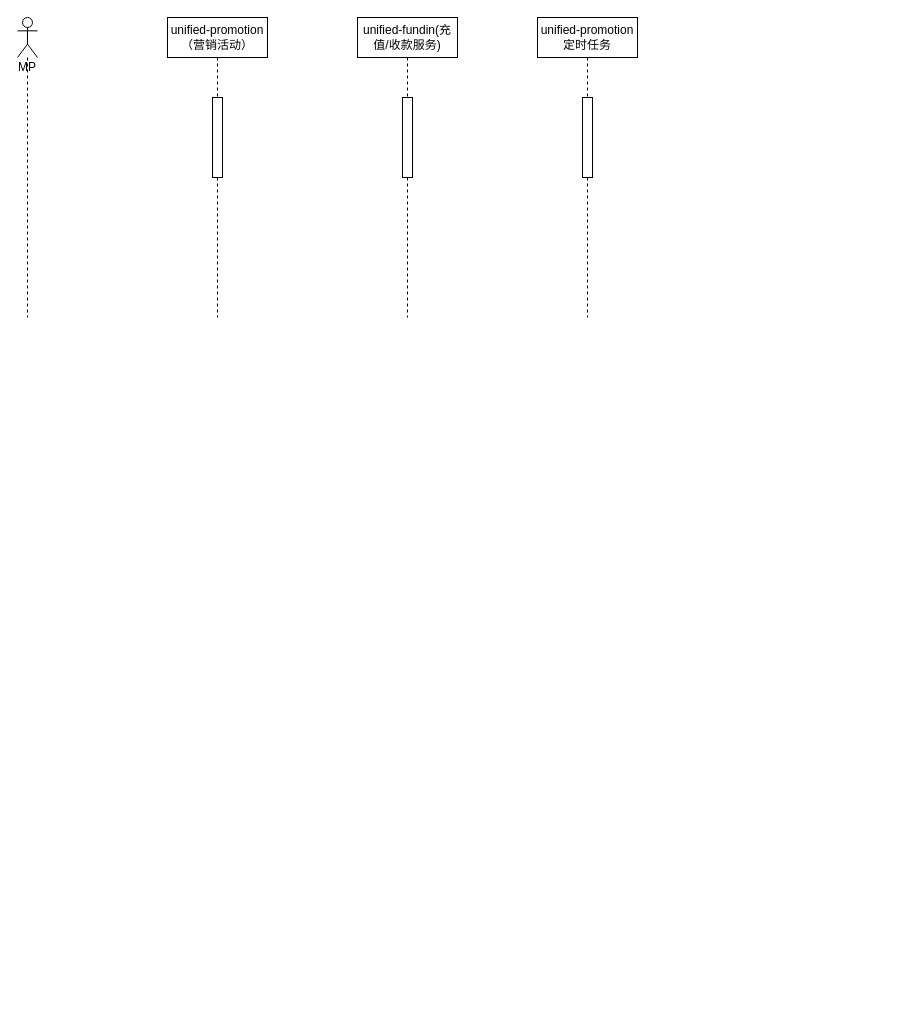
Before: 营销时序图.drawio in hack0303/draw.io-store, a draw.io diagram. Source tidied: cells renumbered, new cells numbered last; positions are measured from the earlier drawing's top-left corner, leaving out a move shared by most shapes. Both pictures are drawn from the tidied source at 100%, with x=0, y=0 at pixel (17, 17).
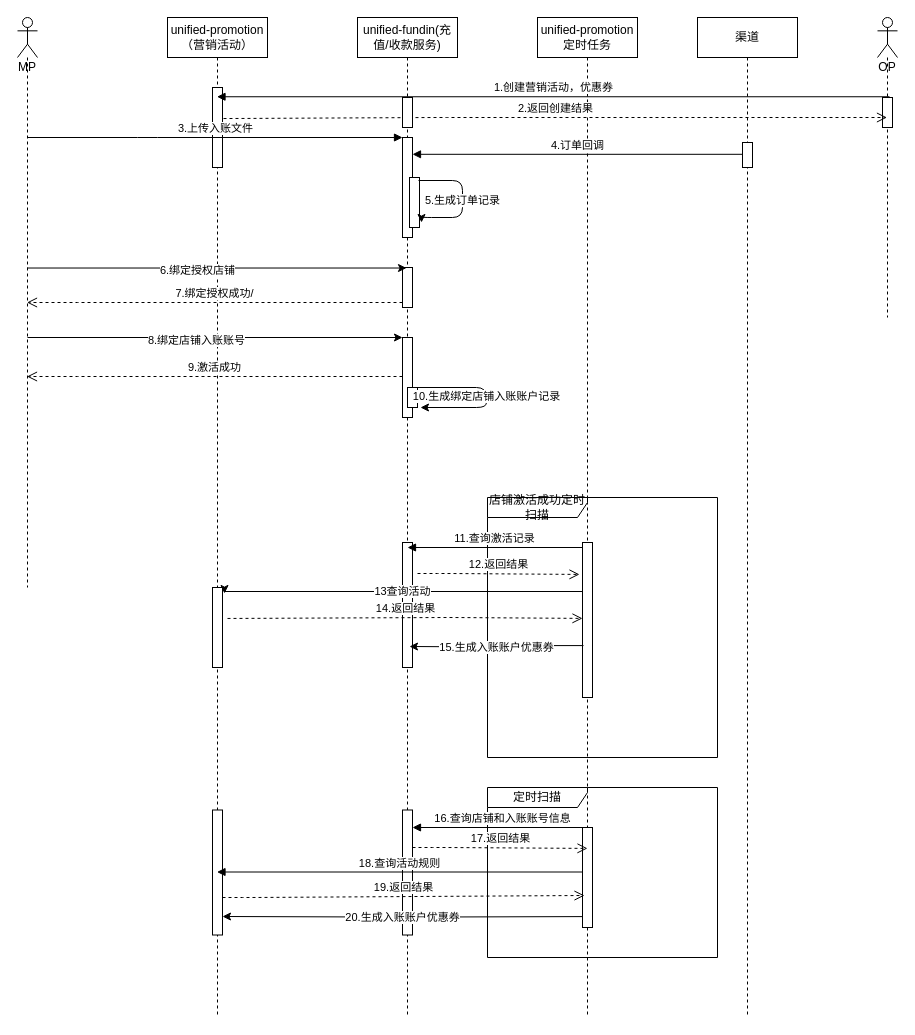
After the change.

Commit message (it also covers changes not shown here):
Update 营销时序图.drawio

The edit, as a diff of the source:
```diff
@@
     <mxCell id="2" value="MP" style="shape=umlLifeline;participant=umlActor;perimeter=lifelinePerimeter;whiteSpace=wrap;html=1;verticalAlign=top;spacingTop=36;outlineConnect=0;" parent="1" vertex="1">
-      <mxGeometry width="20" height="300" as="geometry" />
+      <mxGeometry width="20" height="570" as="geometry" />
     </mxCell>
     <mxCell id="3" value="unified-promotion（营销活动）" style="shape=umlLifeline;perimeter=lifelinePerimeter;whiteSpace=wrap;html=1;outlineConnect=0;" parent="1" vertex="1">
-      <mxGeometry x="150" width="100" height="300" as="geometry" />
+      <mxGeometry x="150" width="100" height="1000" as="geometry" />
     </mxCell>
-    <mxCell id="4" style="html=1;perimeter=orthogonalPerimeter;" parent="3" vertex="1">
-      <mxGeometry x="45" y="80" width="10" height="80" as="geometry" />
-    </mxCell>
     <mxCell id="5" value="unified-fundin(充值/收款服务)" style="shape=umlLifeline;perimeter=lifelinePerimeter;whiteSpace=wrap;html=1;" parent="1" vertex="1">
-      <mxGeometry x="340" width="100" height="300" as="geometry" />
+      <mxGeometry x="340" width="100" height="1000" as="geometry" />
     </mxCell>
     <mxCell id="6" value="unified-promotion定时任务" style="shape=umlLifeline;perimeter=lifelinePerimeter;whiteSpace=wrap;html=1;" parent="1" vertex="1">
-      <mxGeometry x="520" width="100" height="300" as="geometry" />
+      <mxGeometry x="520" width="100" height="1000" as="geometry" />
     </mxCell>
     <mxCell id="7" style="html=1;points=[];perimeter=orthogonalPerimeter;" parent="1" vertex="1">
-      <mxGeometry x="565" y="80" width="10" height="80" as="geometry" />
+      <mxGeometry x="195" y="70" width="10" height="80" as="geometry" />
     </mxCell>
     <mxCell id="8" style="html=1;perimeter=orthogonalPerimeter;" parent="1" vertex="1">
-      <mxGeometry x="385" y="80" width="10" height="80" as="geometry" />
+      <mxGeometry x="385" y="525" width="10" height="125" as="geometry" />
     </mxCell>
+    <mxCell id="9" value="OP" style="shape=umlLifeline;participant=umlActor;perimeter=lifelinePerimeter;whiteSpace=wrap;html=1;verticalAlign=top;spacingTop=36;outlineConnect=0;" parent="1" vertex="1">
+      <mxGeometry x="860" width="20" height="300" as="geometry" />
+    </mxCell>
+    <mxCell id="10" value="1.创建营销活动，优惠券" style="html=1;verticalAlign=bottom;endArrow=block;exitX=0.7;exitY=-0.025;exitDx=0;exitDy=0;exitPerimeter=0;" parent="1" edge="1" source="11" target="3">
+      <mxGeometry relative="1" as="geometry" />
+    </mxCell>
+    <mxCell id="11" style="html=1;points=[];perimeter=orthogonalPerimeter;" parent="1" vertex="1">
+      <mxGeometry x="865" y="80" width="10" height="30" as="geometry" />
+    </mxCell>
+    <mxCell id="12" value="2.返回创建结果" style="html=1;verticalAlign=bottom;endArrow=open;dashed=1;endSize=8;exitX=1.1;exitY=0.388;exitDx=0;exitDy=0;exitPerimeter=0;" parent="1" edge="1" source="7" target="9">
+      <mxGeometry relative="1" as="geometry">
+        <Array as="points">
+          <mxPoint x="420" y="100" />
+        </Array>
+      </mxGeometry>
+    </mxCell>
+    <mxCell id="13" value="3.上传入账文件" style="html=1;verticalAlign=bottom;endArrow=block;" parent="1" edge="1" source="2" target="18">
+      <mxGeometry relative="1" as="geometry">
+        <Array as="points">
+          <mxPoint x="130" y="120" />
+        </Array>
+      </mxGeometry>
+    </mxCell>
+    <mxCell id="14" value="渠道" style="shape=umlLifeline;perimeter=lifelinePerimeter;whiteSpace=wrap;html=1;" parent="1" vertex="1">
+      <mxGeometry x="680" width="100" height="1000" as="geometry" />
+    </mxCell>
+    <mxCell id="15" style="html=1;perimeter=orthogonalPerimeter;" parent="1" vertex="1">
+      <mxGeometry x="725" y="125" width="10" height="25" as="geometry" />
+    </mxCell>
+    <mxCell id="16" value="4.订单回调" style="html=1;verticalAlign=bottom;endArrow=block;entryX=1;entryY=0.338;entryDx=0;entryDy=0;entryPerimeter=0;" parent="1" edge="1">
+      <mxGeometry relative="1" as="geometry">
+        <mxPoint x="725" y="136.8" as="sourcePoint" />
+        <mxPoint x="395" y="136.8" as="targetPoint" />
+      </mxGeometry>
+    </mxCell>
+    <mxCell id="17" style="html=1;points=[];perimeter=orthogonalPerimeter;" parent="1" vertex="1">
+      <mxGeometry x="385" y="250" width="10" height="40" as="geometry" />
+    </mxCell>
+    <mxCell id="18" style="html=1;points=[];perimeter=orthogonalPerimeter;" parent="1" vertex="1">
+      <mxGeometry x="385" y="120" width="10" height="100" as="geometry" />
+    </mxCell>
+    <mxCell id="19" style="html=1;points=[];perimeter=orthogonalPerimeter;" parent="1" vertex="1">
+      <mxGeometry x="392" y="160" width="10" height="50" as="geometry" />
+    </mxCell>
+    <mxCell id="20" value="5.生成订单记录" style="endArrow=classic;html=1;exitX=0.9;exitY=0.06;exitDx=0;exitDy=0;exitPerimeter=0;edgeStyle=orthogonalEdgeStyle;entryX=1.2;entryY=0.9;entryDx=0;entryDy=0;entryPerimeter=0;" parent="1" edge="1" source="19" target="19">
+      <mxGeometry relative="1" as="geometry">
+        <Array as="points">
+          <mxPoint x="445" y="163" />
+          <mxPoint x="445" y="200" />
+          <mxPoint x="404" y="200" />
+        </Array>
+      </mxGeometry>
+    </mxCell>
+    <mxCell id="21" style="html=1;points=[];perimeter=orthogonalPerimeter;" parent="1" vertex="1">
+      <mxGeometry x="385" y="320" width="10" height="80" as="geometry" />
+    </mxCell>
+    <mxCell id="22" style="endArrow=classic;html=1;entryX=0.4;entryY=0.013;entryDx=0;entryDy=0;entryPerimeter=0;" parent="1" edge="1" source="2" target="17">
+      <mxGeometry relative="1" as="geometry" />
+    </mxCell>
+    <mxCell id="23" value="6.绑定授权店铺" style="edgeLabel;html=1;align=center;verticalAlign=middle;" parent="22" vertex="1">
+      <mxGeometry x="-0.11" y="-2" relative="1" as="geometry">
+        <mxPoint x="1" as="offset" />
+      </mxGeometry>
+    </mxCell>
+    <mxCell id="24" value="7.绑定授权成功/" style="html=1;verticalAlign=bottom;endArrow=open;dashed=1;endSize=8;" parent="1" edge="1" source="17" target="2">
+      <mxGeometry relative="1" as="geometry">
+        <Array as="points">
+          <mxPoint x="70" y="285" />
+        </Array>
+      </mxGeometry>
+    </mxCell>
+    <mxCell id="25" style="endArrow=classic;html=1;" parent="1" edge="1" target="21">
+      <mxGeometry relative="1" as="geometry">
+        <mxPoint x="10" y="320" as="sourcePoint" />
+      </mxGeometry>
+    </mxCell>
+    <mxCell id="26" value="8.绑定店铺入账账号" style="edgeLabel;html=1;align=center;verticalAlign=middle;" parent="25" vertex="1">
+      <mxGeometry x="-0.11" y="-2" relative="1" as="geometry">
+        <mxPoint x="1" as="offset" />
+      </mxGeometry>
+    </mxCell>
+    <mxCell id="27" value="9.激活成功" style="html=1;verticalAlign=bottom;endArrow=open;dashed=1;endSize=8;" parent="1" edge="1" source="21" target="2">
+      <mxGeometry relative="1" as="geometry">
+        <Array as="points">
+          <mxPoint x="90" y="359" />
+          <mxPoint x="50" y="359" />
+        </Array>
+      </mxGeometry>
+    </mxCell>
+    <mxCell id="28" style="html=1;perimeter=orthogonalPerimeter;" parent="1" vertex="1">
+      <mxGeometry x="390" y="370" width="10" height="20" as="geometry" />
+    </mxCell>
+    <mxCell id="29" value="10.生成绑定店铺入账账户记录" style="endArrow=classic;html=1;exitX=0.9;exitY=0.06;exitDx=0;exitDy=0;exitPerimeter=0;edgeStyle=orthogonalEdgeStyle;" parent="1" edge="1">
+      <mxGeometry relative="1" as="geometry">
+        <mxPoint x="400" y="370" as="sourcePoint" />
+        <mxPoint x="403" y="390" as="targetPoint" />
+        <Array as="points">
+          <mxPoint x="469" y="370" />
+          <mxPoint x="469" y="390" />
+        </Array>
+      </mxGeometry>
+    </mxCell>
+    <mxCell id="30" value="店铺激活成功定时扫描" style="shape=umlFrame;whiteSpace=wrap;html=1;width=100;height=20;" parent="1" vertex="1">
+      <mxGeometry x="470" y="480" width="230" height="260" as="geometry" />
+    </mxCell>
+    <mxCell id="31" value="13查询活动" style="edgeStyle=orthogonalEdgeStyle;rounded=0;jettySize=auto;html=1;entryX=1.2;entryY=0.075;entryDx=0;entryDy=0;entryPerimeter=0;" parent="1" edge="1" source="32" target="35">
+      <mxGeometry relative="1" as="geometry">
+        <Array as="points">
+          <mxPoint x="207" y="574" />
+        </Array>
+      </mxGeometry>
+    </mxCell>
+    <mxCell id="32" style="html=1;points=[];perimeter=orthogonalPerimeter;" parent="1" vertex="1">
+      <mxGeometry x="565" y="525" width="10" height="155" as="geometry" />
+    </mxCell>
+    <mxCell id="33" value="11.查询激活记录" style="html=1;verticalAlign=bottom;endArrow=block;" parent="1" edge="1">
+      <mxGeometry relative="1" as="geometry">
+        <mxPoint x="565" y="530" as="sourcePoint" />
+        <mxPoint x="390" y="530" as="targetPoint" />
+      </mxGeometry>
+    </mxCell>
+    <mxCell id="34" value="12.返回结果" style="html=1;verticalAlign=bottom;endArrow=open;dashed=1;endSize=8;entryX=-0.3;entryY=0.206;entryDx=0;entryDy=0;entryPerimeter=0;" parent="1" edge="1" target="32">
+      <mxGeometry relative="1" as="geometry">
+        <mxPoint x="400" y="556" as="sourcePoint" />
+        <Array as="points">
+          <mxPoint x="430" y="556" />
+        </Array>
+      </mxGeometry>
+    </mxCell>
+    <mxCell id="35" style="html=1;points=[];perimeter=orthogonalPerimeter;" parent="1" vertex="1">
+      <mxGeometry x="195" y="570" width="10" height="80" as="geometry" />
+    </mxCell>
+    <mxCell id="36" value="14.返回结果" style="html=1;verticalAlign=bottom;endArrow=open;dashed=1;endSize=8;entryX=-0.3;entryY=0.206;entryDx=0;entryDy=0;entryPerimeter=0;exitX=1.5;exitY=0.387;exitDx=0;exitDy=0;exitPerimeter=0;" parent="1" edge="1" source="35">
+      <mxGeometry relative="1" as="geometry">
+        <mxPoint x="565" y="600.9" as="targetPoint" />
+        <Array as="points">
+          <mxPoint x="433" y="600" />
+        </Array>
+      </mxGeometry>
+    </mxCell>
+    <mxCell id="37" value="15.生成入账账户优惠券" style="edgeStyle=orthogonalEdgeStyle;rounded=0;jettySize=auto;html=1;exitX=0.1;exitY=0.665;exitDx=0;exitDy=0;exitPerimeter=0;" parent="1" edge="1" source="32">
+      <mxGeometry relative="1" as="geometry">
+        <mxPoint x="392" y="629" as="targetPoint" />
+      </mxGeometry>
+    </mxCell>
+    <mxCell id="38" value="定时扫描" style="shape=umlFrame;whiteSpace=wrap;html=1;width=100;height=20;" parent="1" vertex="1">
+      <mxGeometry x="470" y="770" width="230" height="170" as="geometry" />
+    </mxCell>
+    <mxCell id="4" style="html=1;perimeter=orthogonalPerimeter;" parent="1" vertex="1">
+      <mxGeometry x="385" y="80" width="10" height="30" as="geometry" />
+    </mxCell>
+    <mxCell id="39" style="html=1;points=[];perimeter=orthogonalPerimeter;" parent="1" vertex="1">
+      <mxGeometry x="565" y="810" width="10" height="100" as="geometry" />
+    </mxCell>
+    <mxCell id="40" style="html=1;points=[];perimeter=orthogonalPerimeter;" parent="1" vertex="1">
+      <mxGeometry x="385" y="792.5" width="10" height="125" as="geometry" />
+    </mxCell>
+    <mxCell id="41" value="16.查询店铺和入账账号信息" style="html=1;verticalAlign=bottom;endArrow=block;" parent="1" edge="1" target="40">
+      <mxGeometry relative="1" as="geometry">
+        <mxPoint x="575" y="810" as="sourcePoint" />
+      </mxGeometry>
+    </mxCell>
+    <mxCell id="42" value="17.返回结果" style="html=1;verticalAlign=bottom;endArrow=open;dashed=1;endSize=8;entryX=0.5;entryY=0.209;entryDx=0;entryDy=0;entryPerimeter=0;" parent="1" edge="1" target="39">
+      <mxGeometry relative="1" as="geometry">
+        <mxPoint x="395" y="830" as="sourcePoint" />
+        <Array as="points">
+          <mxPoint x="425" y="830" />
+        </Array>
+      </mxGeometry>
+    </mxCell>
+    <mxCell id="43" style="html=1;points=[];perimeter=orthogonalPerimeter;" parent="1" vertex="1">
+      <mxGeometry x="195" y="792.5" width="10" height="125" as="geometry" />
+    </mxCell>
+    <mxCell id="44" value="18.查询活动规则" style="html=1;verticalAlign=bottom;endArrow=block;" parent="1" edge="1" target="3">
+      <mxGeometry relative="1" as="geometry">
+        <mxPoint x="565" y="854.5" as="sourcePoint" />
+      </mxGeometry>
+    </mxCell>
+    <mxCell id="45" value="19.返回结果" style="html=1;verticalAlign=bottom;endArrow=open;dashed=1;endSize=8;entryX=0.2;entryY=0.68;entryDx=0;entryDy=0;entryPerimeter=0;" parent="1" edge="1" target="39">
+      <mxGeometry relative="1" as="geometry">
+        <mxPoint x="205" y="880" as="sourcePoint" />
+        <Array as="points">
+          <mxPoint x="235" y="880" />
+        </Array>
+      </mxGeometry>
+    </mxCell>
+    <mxCell id="46" value="20.生成入账账户优惠券" style="edgeStyle=orthogonalEdgeStyle;rounded=0;jettySize=auto;html=1;exitX=0.1;exitY=0.665;exitDx=0;exitDy=0;exitPerimeter=0;entryX=1;entryY=0.852;entryDx=0;entryDy=0;entryPerimeter=0;" parent="1" edge="1" target="43">
+      <mxGeometry relative="1" as="geometry">
+        <mxPoint x="565" y="899.1" as="sourcePoint" />
+      </mxGeometry>
+    </mxCell>
```
